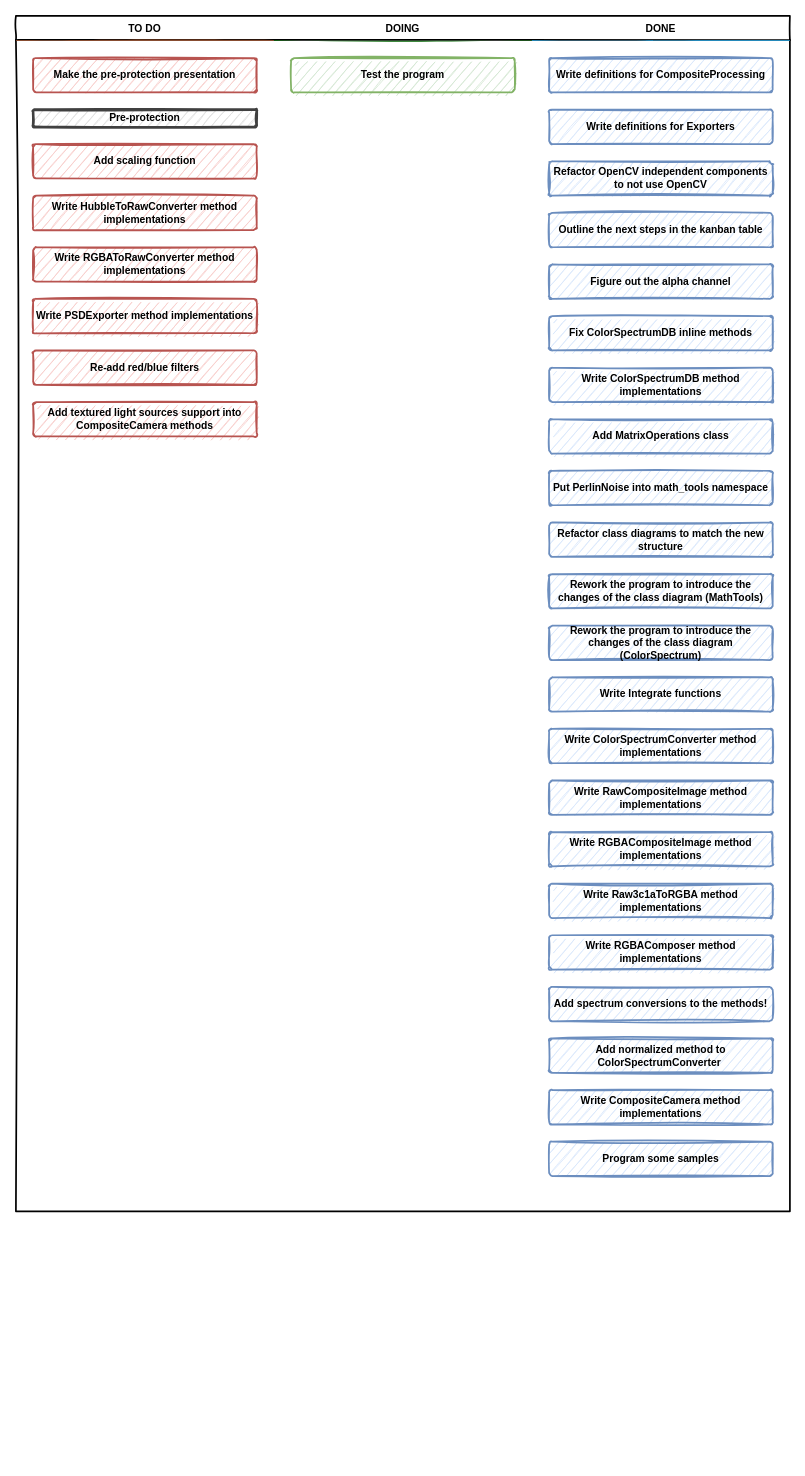
SpatiumOwl/ComplexSky-2.0 keeps this draw.io diagram as Docs/Kanban table.drawio. Above is the earlier version. Source tidied: cells renumbered, new cells numbered last; positions are measured from the earlier drawing's top-left corner, leaving out a move shared by most shapes. Both pictures are drawn from the tidied source at 86%, with x=0, y=0 at pixel (15, 15).
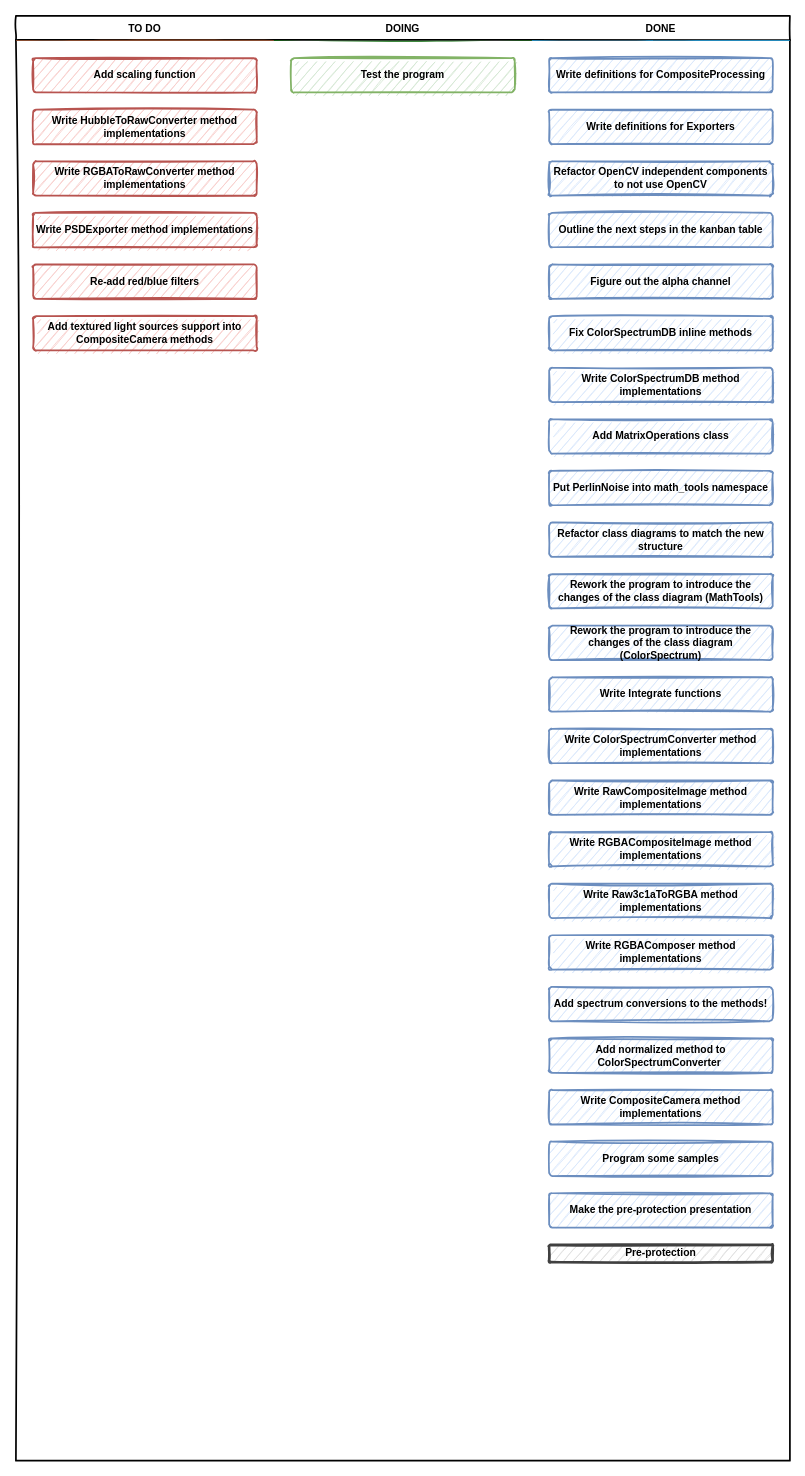
After the change.

Commit message (it also covers changes not shown here):
Fixed the bug in Integrator. Now program fully functions on pre-protection requirements (in debug mode)

The edit, as a diff of the source:
```diff
@@
     <mxCell id="2" style="swimlane;fontStyle=2;horizontal=1;startSize=28;swimlaneFillColor=none;fontFamily=Permanent Marker;fontSize=16;verticalAlign=top;stackBorder=0;strokeWidth=2;sketch=1;disableMultiStroke=1;" parent="1" vertex="1">
-      <mxGeometry width="900" height="1390" as="geometry" />
+      <mxGeometry width="900" height="1680" as="geometry" />
     </mxCell>
     <mxCell id="3" value="TO DO" style="swimlane;strokeWidth=2;fontFamily=Permanent Marker;html=0;startSize=1;verticalAlign=bottom;spacingBottom=5;stackBorder=20;sketch=1;strokeColor=none;fillStyle=solid;fillColor=#A0522D;" parent="2" vertex="1">
-      <mxGeometry y="28" width="300" height="1362" as="geometry" />
+      <mxGeometry y="28" width="300" height="1652" as="geometry" />
     </mxCell>
-    <mxCell id="4" value="Make the pre-protection presentation" style="whiteSpace=wrap;html=1;strokeWidth=2;fillColor=#f8cecc;fontStyle=1;spacingTop=0;rounded=1;arcSize=9;sketch=1;fontFamily=Permanent Marker;hachureGap=8;fillWeight=1;strokeColor=#b85450;" parent="3" vertex="1">
-      <mxGeometry x="20" y="21" width="260" height="40" as="geometry" />
-    </mxCell>
-    <mxCell id="5" value="Pre-protection" style="whiteSpace=wrap;html=1;strokeWidth=3;fillColor=#E0E0E0;fontStyle=1;spacingTop=0;rounded=1;arcSize=9;sketch=1;fontFamily=Permanent Marker;hachureGap=8;fillWeight=1;strokeColor=#404040;imageHeight=15;" parent="3" vertex="1">
-      <mxGeometry x="20" y="81" width="260" height="20" as="geometry" />
-    </mxCell>
     <mxCell id="6" value="Add scaling function" style="whiteSpace=wrap;html=1;strokeWidth=2;fillColor=#f8cecc;fontStyle=1;spacingTop=0;rounded=1;arcSize=9;sketch=1;fontFamily=Permanent Marker;hachureGap=8;fillWeight=1;strokeColor=#b85450;" parent="3" vertex="1">
-      <mxGeometry x="20" y="121" width="260" height="40" as="geometry" />
+      <mxGeometry x="20" y="21" width="260" height="40" as="geometry" />
     </mxCell>
     <mxCell id="7" value="Write HubbleToRawConverter method implementations" style="whiteSpace=wrap;html=1;strokeWidth=2;fillColor=#f8cecc;fontStyle=1;spacingTop=0;rounded=1;arcSize=9;sketch=1;fontFamily=Permanent Marker;hachureGap=8;fillWeight=1;strokeColor=#b85450;" parent="3" vertex="1">
-      <mxGeometry x="20" y="181" width="260" height="40" as="geometry" />
+      <mxGeometry x="20" y="81" width="260" height="40" as="geometry" />
     </mxCell>
     <mxCell id="8" value="Write RGBAToRawConverter method implementations" style="whiteSpace=wrap;html=1;strokeWidth=2;fillColor=#f8cecc;fontStyle=1;spacingTop=0;rounded=1;arcSize=9;sketch=1;fontFamily=Permanent Marker;hachureGap=8;fillWeight=1;strokeColor=#b85450;" parent="3" vertex="1">
-      <mxGeometry x="20" y="241" width="260" height="40" as="geometry" />
+      <mxGeometry x="20" y="141" width="260" height="40" as="geometry" />
     </mxCell>
     <mxCell id="9" value="Write PSDExporter method implementations" style="whiteSpace=wrap;html=1;strokeWidth=2;fillColor=#f8cecc;fontStyle=1;spacingTop=0;rounded=1;arcSize=9;sketch=1;fontFamily=Permanent Marker;hachureGap=8;fillWeight=1;strokeColor=#b85450;" parent="3" vertex="1">
-      <mxGeometry x="20" y="301" width="260" height="40" as="geometry" />
+      <mxGeometry x="20" y="201" width="260" height="40" as="geometry" />
     </mxCell>
     <mxCell id="10" value="Re-add red/blue filters" style="whiteSpace=wrap;html=1;strokeWidth=2;fillColor=#f8cecc;fontStyle=1;spacingTop=0;rounded=1;arcSize=9;sketch=1;fontFamily=Permanent Marker;hachureGap=8;fillWeight=1;strokeColor=#b85450;" parent="3" vertex="1">
-      <mxGeometry x="20" y="361" width="260" height="40" as="geometry" />
+      <mxGeometry x="20" y="261" width="260" height="40" as="geometry" />
     </mxCell>
     <mxCell id="11" value="Add textured light sources support into CompositeCamera methods" style="whiteSpace=wrap;html=1;strokeWidth=2;fillColor=#f8cecc;fontStyle=1;spacingTop=0;rounded=1;arcSize=9;sketch=1;fontFamily=Permanent Marker;hachureGap=8;fillWeight=1;strokeColor=#b85450;" parent="3" vertex="1">
-      <mxGeometry x="20" y="421" width="260" height="40" as="geometry" />
+      <mxGeometry x="20" y="321" width="260" height="40" as="geometry" />
     </mxCell>
     <mxCell id="12" value="DOING" style="swimlane;strokeWidth=2;fontFamily=Permanent Marker;html=0;startSize=1;verticalAlign=bottom;spacingBottom=5;stackBorder=20;sketch=1;strokeColor=none;fillStyle=solid;fillColor=#006600;" parent="2" vertex="1">
-      <mxGeometry x="300" y="28" width="300" height="1362" as="geometry" />
+      <mxGeometry x="300" y="28" width="300" height="1652" as="geometry" />
     </mxCell>
@@
     <mxCell id="14" value="DONE" style="swimlane;strokeWidth=2;fontFamily=Permanent Marker;html=0;startSize=1;verticalAlign=bottom;spacingBottom=5;stackBorder=20;sketch=1;strokeColor=none;fillStyle=solid;fillColor=#1BA1E2;" parent="2" vertex="1">
-      <mxGeometry x="600" y="28" width="300" height="1362" as="geometry" />
+      <mxGeometry x="600" y="28" width="300" height="1652" as="geometry" />
     </mxCell>
@@
+    <mxCell id="4" value="Make the pre-protection presentation" style="whiteSpace=wrap;html=1;strokeWidth=2;fillColor=#dae8fc;fontStyle=1;spacingTop=0;rounded=1;arcSize=9;sketch=1;fontFamily=Permanent Marker;hachureGap=8;fillWeight=1;strokeColor=#6c8ebf;" parent="14" vertex="1">
+      <mxGeometry x="20" y="1341" width="260" height="40" as="geometry" />
+    </mxCell>
+    <mxCell id="5" value="Pre-protection" style="whiteSpace=wrap;html=1;strokeWidth=3;fillColor=#E0E0E0;fontStyle=1;spacingTop=0;rounded=1;arcSize=9;sketch=1;fontFamily=Permanent Marker;hachureGap=8;fillWeight=1;strokeColor=#404040;imageHeight=15;" parent="14" vertex="1">
+      <mxGeometry x="20" y="1401" width="260" height="20" as="geometry" />
+    </mxCell>
```
